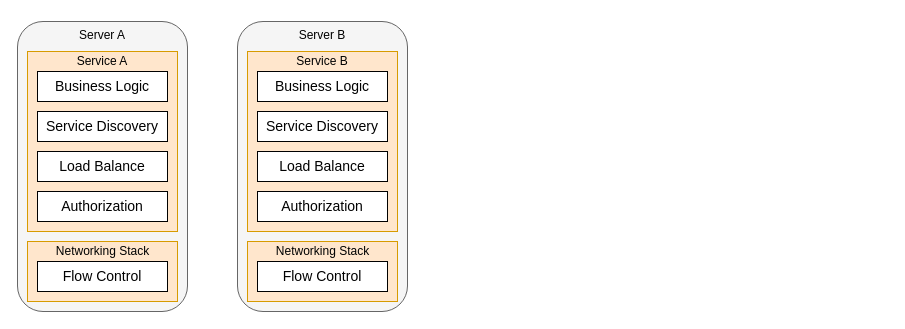
Earlier version of the draw.io diagram service-mesh.drawio (wehyy/my-world). Source tidied: cells renumbered, new cells numbered last; positions are measured from the earlier drawing's top-left corner, leaving out a move shared by most shapes. Both pictures are drawn from the tidied source at 100%, with x=0, y=0 at pixel (17, 21).
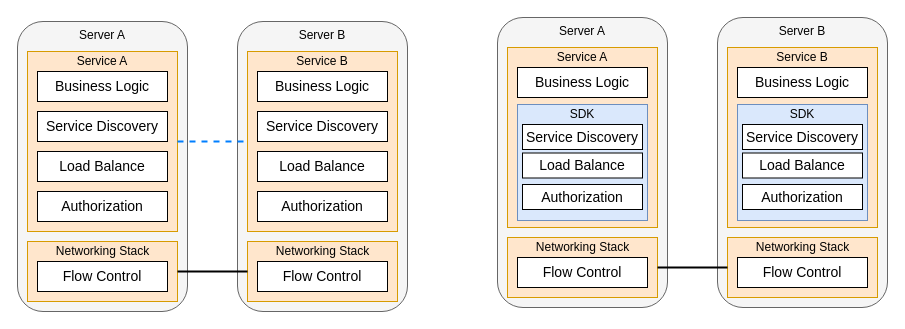
The same page after the edit.

Unchanged cells that the change refers to:
```xml
<mxCell id="4" style="rounded=0;whiteSpace=wrap;html=1;fillColor=#ffe6cc;strokeColor=#d79b00;" parent="2" vertex="1">
  <mxGeometry width="150" height="180" as="geometry" />
</mxCell>
<mxCell id="17" style="rounded=0;whiteSpace=wrap;html=1;fillColor=#ffe6cc;strokeColor=#d79b00;" parent="15" vertex="1">
  <mxGeometry width="150" height="180" as="geometry" />
</mxCell>
<mxCell id="24" style="rounded=0;whiteSpace=wrap;html=1;fillColor=#ffe6cc;strokeColor=#d79b00;" parent="23" vertex="1">
  <mxGeometry width="150" height="60" as="geometry" />
</mxCell>
```

Diff of the diagram source:
```diff
@@
+    <mxCell id="28" style="endArrow=none;html=1;rounded=0;entryX=0;entryY=0.5;entryDx=0;entryDy=0;strokeWidth=2;" parent="1" edge="1" target="24">
+      <mxGeometry relative="1" as="geometry">
+        <mxPoint x="160" y="250" as="sourcePoint" />
+      </mxGeometry>
+    </mxCell>
+    <mxCell id="29" style="endArrow=none;dashed=1;html=1;rounded=0;entryX=0;entryY=0.5;entryDx=0;entryDy=0;exitX=1;exitY=0.5;exitDx=0;exitDy=0;strokeColor=#007FFF;strokeWidth=2;" parent="1" edge="1" source="4" target="17">
+      <mxGeometry relative="1" as="geometry" />
+    </mxCell>
+    <mxCell id="30" style="group;" parent="1" vertex="1">
+      <mxGeometry x="490" y="26" width="160" height="260" as="geometry" />
+    </mxCell>
+    <mxCell id="31" style="rounded=1;whiteSpace=wrap;html=1;fillColor=#f5f5f5;fontColor=#333333;strokeColor=#666666;glass=0;" parent="30" vertex="1">
+      <mxGeometry x="-10" y="-30" width="170" height="290" as="geometry" />
+    </mxCell>
+    <mxCell id="32" style="rounded=0;whiteSpace=wrap;html=1;fillColor=#ffe6cc;strokeColor=#d79b00;" parent="30" vertex="1">
+      <mxGeometry width="150" height="180" as="geometry" />
+    </mxCell>
+    <mxCell id="33" value="&lt;font style=&quot;font-size: 14px;&quot;&gt;Business Logic&lt;/font&gt;" style="rounded=0;whiteSpace=wrap;html=1;" parent="30" vertex="1">
+      <mxGeometry x="10" y="20" width="130" height="30" as="geometry" />
+    </mxCell>
+    <mxCell id="34" value="Service A" style="text;html=1;strokeColor=none;fillColor=none;align=center;verticalAlign=middle;whiteSpace=wrap;rounded=0;" parent="30" vertex="1">
+      <mxGeometry x="45" width="60" height="20" as="geometry" />
+    </mxCell>
+    <mxCell id="35" style="rounded=0;whiteSpace=wrap;html=1;fillColor=#dae8fc;strokeColor=#6c8ebf;" parent="30" vertex="1">
+      <mxGeometry x="10" y="57" width="130" height="116" as="geometry" />
+    </mxCell>
+    <mxCell id="36" value="SDK" style="text;html=1;strokeColor=none;fillColor=none;align=center;verticalAlign=middle;whiteSpace=wrap;rounded=0;" parent="30" vertex="1">
+      <mxGeometry x="45" y="57" width="60" height="20" as="geometry" />
+    </mxCell>
+    <mxCell id="37" value="&lt;font style=&quot;font-size: 14px;&quot;&gt;Service Discovery&lt;/font&gt;" style="rounded=0;whiteSpace=wrap;html=1;" parent="30" vertex="1">
+      <mxGeometry x="15" y="77" width="120" height="25" as="geometry" />
+    </mxCell>
+    <mxCell id="38" value="&lt;font style=&quot;font-size: 14px;&quot;&gt;Load Balance&lt;/font&gt;" style="rounded=0;whiteSpace=wrap;html=1;" parent="30" vertex="1">
+      <mxGeometry x="15" y="105.5" width="120" height="25" as="geometry" />
+    </mxCell>
+    <mxCell id="39" value="&lt;font style=&quot;font-size: 14px;&quot;&gt;Authorization&lt;/font&gt;" style="rounded=0;whiteSpace=wrap;html=1;" parent="30" vertex="1">
+      <mxGeometry x="15" y="137" width="120" height="25" as="geometry" />
+    </mxCell>
+    <mxCell id="40" style="group;" parent="1" vertex="1">
+      <mxGeometry x="490" y="216" width="150" height="60" as="geometry" />
+    </mxCell>
+    <mxCell id="41" style="rounded=0;whiteSpace=wrap;html=1;fillColor=#ffe6cc;strokeColor=#d79b00;" parent="40" vertex="1">
+      <mxGeometry width="150" height="60" as="geometry" />
+    </mxCell>
+    <mxCell id="42" value="Networking Stack" style="text;html=1;strokeColor=none;fillColor=none;align=center;verticalAlign=middle;whiteSpace=wrap;rounded=0;" parent="40" vertex="1">
+      <mxGeometry x="22.5" width="105" height="20" as="geometry" />
+    </mxCell>
+    <mxCell id="43" value="&lt;span style=&quot;font-size: 14px;&quot;&gt;Flow Control&lt;/span&gt;" style="rounded=0;whiteSpace=wrap;html=1;" parent="40" vertex="1">
+      <mxGeometry x="10" y="20" width="130" height="30" as="geometry" />
+    </mxCell>
+    <mxCell id="44" value="Server A" style="text;html=1;strokeColor=none;fillColor=none;align=center;verticalAlign=middle;whiteSpace=wrap;rounded=0;" parent="1" vertex="1">
+      <mxGeometry x="535" width="60" height="20" as="geometry" />
+    </mxCell>
+    <mxCell id="45" style="group;" parent="1" vertex="1">
+      <mxGeometry x="710" y="26" width="160" height="260" as="geometry" />
+    </mxCell>
+    <mxCell id="46" style="rounded=1;whiteSpace=wrap;html=1;fillColor=#f5f5f5;fontColor=#333333;strokeColor=#666666;glass=0;" parent="45" vertex="1">
+      <mxGeometry x="-10" y="-30" width="170" height="290" as="geometry" />
+    </mxCell>
+    <mxCell id="47" style="rounded=0;whiteSpace=wrap;html=1;fillColor=#ffe6cc;strokeColor=#d79b00;" parent="45" vertex="1">
+      <mxGeometry width="150" height="180" as="geometry" />
+    </mxCell>
+    <mxCell id="48" value="&lt;font style=&quot;font-size: 14px;&quot;&gt;Business Logic&lt;/font&gt;" style="rounded=0;whiteSpace=wrap;html=1;" parent="45" vertex="1">
+      <mxGeometry x="10" y="20" width="130" height="30" as="geometry" />
+    </mxCell>
+    <mxCell id="49" value="Service B" style="text;html=1;strokeColor=none;fillColor=none;align=center;verticalAlign=middle;whiteSpace=wrap;rounded=0;" parent="45" vertex="1">
+      <mxGeometry x="45" width="60" height="20" as="geometry" />
+    </mxCell>
+    <mxCell id="50" style="rounded=0;whiteSpace=wrap;html=1;fillColor=#dae8fc;strokeColor=#6c8ebf;" parent="45" vertex="1">
+      <mxGeometry x="10" y="57" width="130" height="116" as="geometry" />
+    </mxCell>
+    <mxCell id="51" value="SDK" style="text;html=1;strokeColor=none;fillColor=none;align=center;verticalAlign=middle;whiteSpace=wrap;rounded=0;" parent="45" vertex="1">
+      <mxGeometry x="45" y="57" width="60" height="20" as="geometry" />
+    </mxCell>
+    <mxCell id="52" value="&lt;font style=&quot;font-size: 14px;&quot;&gt;Service Discovery&lt;/font&gt;" style="rounded=0;whiteSpace=wrap;html=1;" parent="45" vertex="1">
+      <mxGeometry x="15" y="77" width="120" height="25" as="geometry" />
+    </mxCell>
+    <mxCell id="53" value="&lt;font style=&quot;font-size: 14px;&quot;&gt;Load Balance&lt;/font&gt;" style="rounded=0;whiteSpace=wrap;html=1;" parent="45" vertex="1">
+      <mxGeometry x="15" y="105.5" width="120" height="25" as="geometry" />
+    </mxCell>
+    <mxCell id="54" value="&lt;font style=&quot;font-size: 14px;&quot;&gt;Authorization&lt;/font&gt;" style="rounded=0;whiteSpace=wrap;html=1;" parent="45" vertex="1">
+      <mxGeometry x="15" y="137" width="120" height="25" as="geometry" />
+    </mxCell>
+    <mxCell id="55" style="group;" parent="1" vertex="1">
+      <mxGeometry x="710" y="216" width="150" height="60" as="geometry" />
+    </mxCell>
+    <mxCell id="56" style="rounded=0;whiteSpace=wrap;html=1;fillColor=#ffe6cc;strokeColor=#d79b00;" parent="55" vertex="1">
+      <mxGeometry width="150" height="60" as="geometry" />
+    </mxCell>
+    <mxCell id="57" value="Networking Stack" style="text;html=1;strokeColor=none;fillColor=none;align=center;verticalAlign=middle;whiteSpace=wrap;rounded=0;" parent="55" vertex="1">
+      <mxGeometry x="22.5" width="105" height="20" as="geometry" />
+    </mxCell>
+    <mxCell id="58" value="&lt;span style=&quot;font-size: 14px;&quot;&gt;Flow Control&lt;/span&gt;" style="rounded=0;whiteSpace=wrap;html=1;" parent="55" vertex="1">
+      <mxGeometry x="10" y="20" width="130" height="30" as="geometry" />
+    </mxCell>
+    <mxCell id="59" value="Server B" style="text;html=1;strokeColor=none;fillColor=none;align=center;verticalAlign=middle;whiteSpace=wrap;rounded=0;" parent="1" vertex="1">
+      <mxGeometry x="755" width="60" height="20" as="geometry" />
+    </mxCell>
+    <mxCell id="60" style="endArrow=none;html=1;rounded=0;entryX=0;entryY=0.5;entryDx=0;entryDy=0;strokeWidth=2;" parent="1" edge="1" target="56">
+      <mxGeometry relative="1" as="geometry">
+        <mxPoint x="640" y="246" as="sourcePoint" />
+      </mxGeometry>
+    </mxCell>
```
